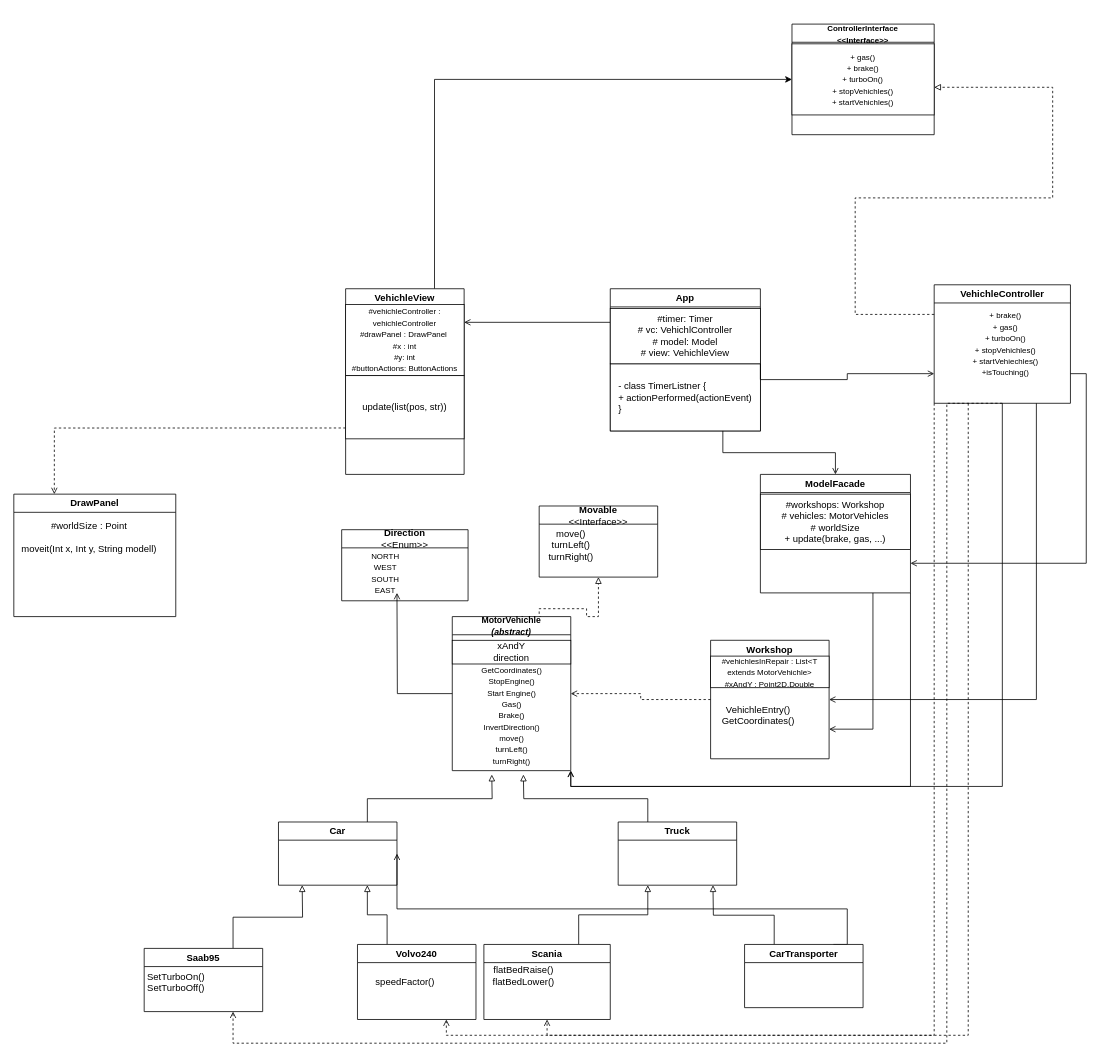
Before: UMLFörbättringLaboration3.drawio in Abdulrauf-alhariri/Inhertince_lab1, a draw.io diagram. Source tidied: cells renumbered, new cells numbered last; positions are measured from the earlier drawing's top-left corner, leaving out a move shared by most shapes. Both pictures are drawn from the tidied source at 79%, with x=0, y=0 at pixel (13, 24).
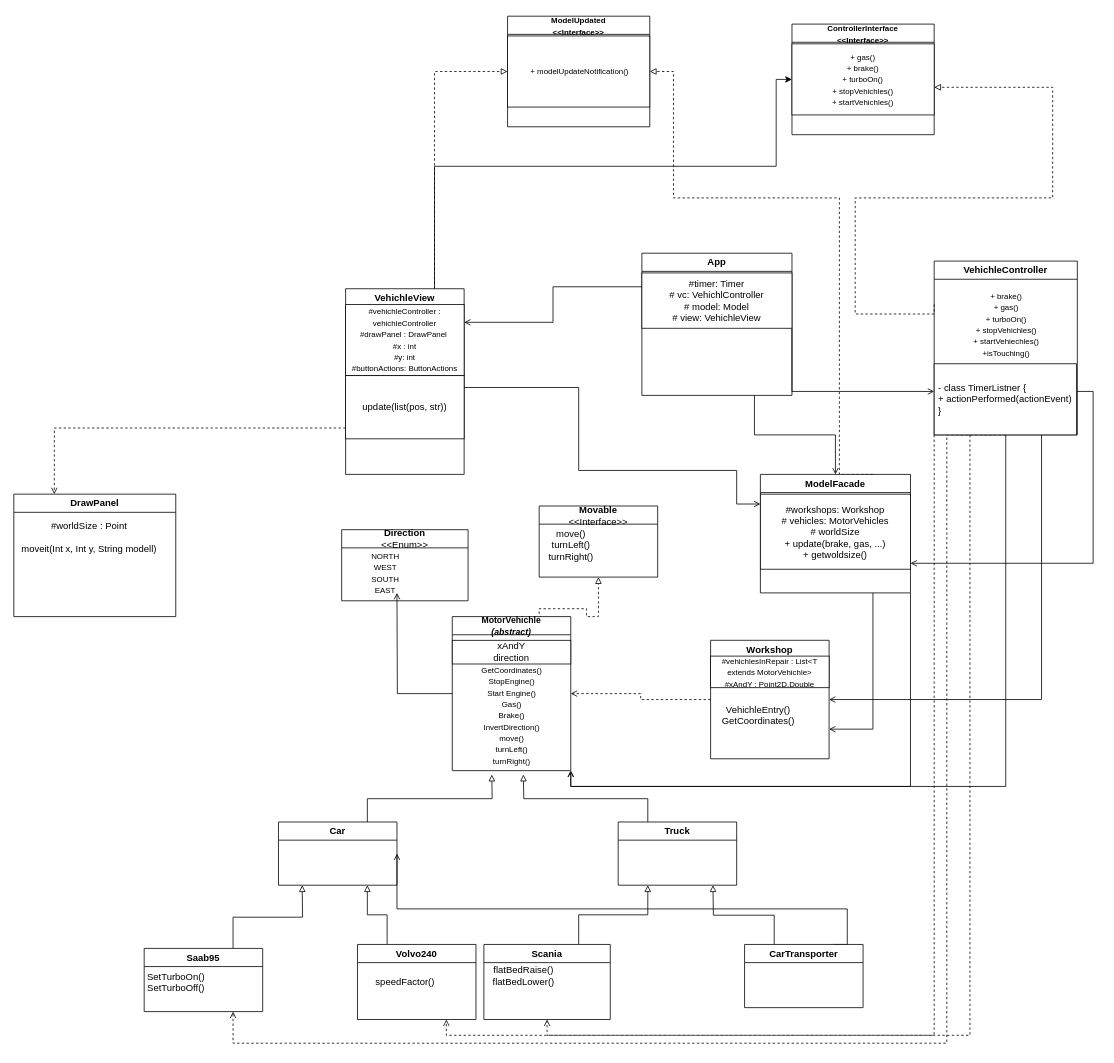
The same page after the edit.

The change refers to these unchanged cells:
```xml
<mxCell id="33" value="VehichleView" style="swimlane;whiteSpace=wrap;html=1;" parent="1" vertex="1">
  <mxGeometry x="420" y="335" width="150" height="235" as="geometry" />
</mxCell>
<mxCell id="47" value="&lt;font style=&quot;font-size: 10px;&quot;&gt;+ gas()&lt;/font&gt;&lt;div&gt;&lt;font style=&quot;font-size: 10px;&quot;&gt;+ brake()&lt;/font&gt;&lt;/div&gt;&lt;div&gt;&lt;font style=&quot;font-size: 10px;&quot;&gt;+ turboOn()&lt;/font&gt;&lt;/div&gt;&lt;div&gt;&lt;font style=&quot;font-size: 10px;&quot;&gt;+ stopVehichles()&lt;/font&gt;&lt;/div&gt;&lt;div&gt;&lt;font style=&quot;font-size: 10px;&quot;&gt;+ startVehichles()&lt;/font&gt;&lt;/div&gt;" style="rounded=0;whiteSpace=wrap;html=1;" parent="46" vertex="1">
  <mxGeometry y="25" width="180" height="90" as="geometry" />
</mxCell>
<mxCell id="57" value="ModelFacade" style="swimlane;whiteSpace=wrap;html=1;" parent="1" vertex="1">
  <mxGeometry x="945" y="570" width="190" height="150" as="geometry" />
</mxCell>
```

What changed in the source:
```diff
@@
     <mxCell id="8" value="VehichleController" style="swimlane;whiteSpace=wrap;html=1;startSize=23;" parent="1" vertex="1">
-      <mxGeometry x="1165" y="330" width="172.5" height="150" as="geometry" />
+      <mxGeometry x="1165" y="300" width="181.2" height="220" as="geometry" />
     </mxCell>
     <mxCell id="9" value="&lt;font size=&quot;1&quot;&gt;+ brake()&lt;/font&gt;&lt;div&gt;&lt;font size=&quot;1&quot;&gt;+ gas()&lt;/font&gt;&lt;/div&gt;&lt;div&gt;&lt;font size=&quot;1&quot;&gt;+ turboOn()&lt;/font&gt;&lt;/div&gt;&lt;div&gt;&lt;font size=&quot;1&quot;&gt;+ stopVehichles()&lt;/font&gt;&lt;/div&gt;&lt;div&gt;&lt;font size=&quot;1&quot;&gt;+ startVehiechles()&lt;/font&gt;&lt;/div&gt;&lt;div&gt;&lt;font size=&quot;1&quot;&gt;+isTouching()&lt;/font&gt;&lt;/div&gt;" style="text;html=1;align=center;verticalAlign=middle;strokeColor=none;fillColor=none;" parent="8" vertex="1">
-      <mxGeometry x="35" y="25" width="110" height="100" as="geometry" />
+      <mxGeometry x="35.6" y="30" width="110" height="100" as="geometry" />
     </mxCell>
+    <mxCell id="50" value="&lt;div style=&quot;text-align: left;&quot;&gt;- class TimerListner {&lt;/div&gt;&lt;div style=&quot;text-align: left;&quot;&gt;&lt;span style=&quot;background-color: transparent; color: light-dark(rgb(0, 0, 0), rgb(255, 255, 255));&quot;&gt;+ actionPerformed(actionEvent)&lt;/span&gt;&lt;/div&gt;&lt;div style=&quot;text-align: left;&quot;&gt;&lt;span style=&quot;background-color: transparent; color: light-dark(rgb(0, 0, 0), rgb(255, 255, 255));&quot;&gt;}&lt;/span&gt;&lt;/div&gt;" style="rounded=0;whiteSpace=wrap;html=1;" parent="8" vertex="1">
+      <mxGeometry y="130" width="180" height="90" as="geometry" />
+    </mxCell>
@@
     <mxCell id="32" style="edgeStyle=orthogonalEdgeStyle;rounded=0;jettySize=auto;html=1;exitX=0.75;exitY=0;exitDx=0;exitDy=0;entryX=0;entryY=0.5;entryDx=0;entryDy=0;" parent="1" edge="1" source="33" target="47">
-      <mxGeometry relative="1" as="geometry" />
+      <mxGeometry relative="1" as="geometry">
+        <Array as="points">
+          <mxPoint x="533" y="180" />
+          <mxPoint x="965" y="180" />
+          <mxPoint x="965" y="70" />
+        </Array>
+      </mxGeometry>
     </mxCell>
+    <mxCell id="59" style="edgeStyle=orthogonalEdgeStyle;rounded=0;jettySize=auto;html=1;exitX=0.75;exitY=0;exitDx=0;exitDy=0;entryX=0;entryY=0.5;entryDx=0;entryDy=0;dashed=1;endArrow=block;endFill=0;" parent="1" edge="1" source="33" target="63">
+      <mxGeometry relative="1" as="geometry">
+        <Array as="points">
+          <mxPoint x="533" y="60" />
+        </Array>
+      </mxGeometry>
+    </mxCell>
@@
     <mxCell id="49" value="App" style="swimlane;whiteSpace=wrap;html=1;" parent="1" vertex="1">
-      <mxGeometry x="755" y="335" width="190" height="180" as="geometry" />
+      <mxGeometry x="795" y="290" width="190" height="180" as="geometry" />
     </mxCell>
-    <mxCell id="50" value="&lt;div style=&quot;text-align: left;&quot;&gt;- class TimerListner {&lt;/div&gt;&lt;div style=&quot;text-align: left;&quot;&gt;&lt;span style=&quot;background-color: transparent; color: light-dark(rgb(0, 0, 0), rgb(255, 255, 255));&quot;&gt;+ actionPerformed(actionEvent)&lt;/span&gt;&lt;/div&gt;&lt;div style=&quot;text-align: left;&quot;&gt;&lt;span style=&quot;background-color: transparent; color: light-dark(rgb(0, 0, 0), rgb(255, 255, 255));&quot;&gt;}&lt;/span&gt;&lt;/div&gt;" style="rounded=0;whiteSpace=wrap;html=1;" parent="49" vertex="1">
-      <mxGeometry y="95" width="190" height="85" as="geometry" />
-    </mxCell>
@@
     <mxCell id="53" value="#timer: Timer&lt;div&gt;# vc: VehichlController&lt;/div&gt;&lt;div&gt;# model: Model&lt;/div&gt;&lt;div&gt;# view: VehichleView&lt;/div&gt;" style="rounded=0;whiteSpace=wrap;html=1;" parent="1" vertex="1">
-      <mxGeometry x="755" y="360" width="190" height="70" as="geometry" />
+      <mxGeometry x="795" y="315" width="190" height="70" as="geometry" />
     </mxCell>
@@
+    <mxCell id="60" style="edgeStyle=orthogonalEdgeStyle;rounded=0;jettySize=auto;html=1;exitX=0.75;exitY=0;exitDx=0;exitDy=0;entryX=1;entryY=0.5;entryDx=0;entryDy=0;endArrow=block;endFill=0;dashed=1;" parent="1" edge="1" source="57" target="63">
+      <mxGeometry relative="1" as="geometry">
+        <Array as="points">
+          <mxPoint x="1045" y="570" />
+          <mxPoint x="1045" y="220" />
+          <mxPoint x="835" y="220" />
+          <mxPoint x="835" y="60" />
+        </Array>
+      </mxGeometry>
+    </mxCell>
@@
-    <mxCell id="58" value="#workshops: Workshop&lt;div&gt;# vehicles: MotorVehicles&lt;/div&gt;&lt;div&gt;# worldSize&lt;/div&gt;&lt;div&gt;+ update(brake, gas, ...)&lt;/div&gt;" style="rounded=0;whiteSpace=wrap;html=1;" parent="57" vertex="1">
-      <mxGeometry y="25" width="190" height="70" as="geometry" />
+    <mxCell id="58" value="#workshops: Workshop&lt;div&gt;# vehicles: MotorVehicles&lt;/div&gt;&lt;div&gt;# worldSize&lt;/div&gt;&lt;div&gt;+ update(brake, gas, ...)&lt;/div&gt;&lt;div&gt;+ getwoldsize()&lt;/div&gt;" style="rounded=0;whiteSpace=wrap;html=1;" parent="57" vertex="1">
+      <mxGeometry y="25" width="190" height="95" as="geometry" />
     </mxCell>
+    <mxCell id="61" style="edgeStyle=orthogonalEdgeStyle;rounded=0;jettySize=auto;html=1;exitX=1;exitY=0.5;exitDx=0;exitDy=0;entryX=0;entryY=0.25;entryDx=0;entryDy=0;endArrow=open;endFill=0;" parent="1" edge="1" target="57">
+      <mxGeometry relative="1" as="geometry">
+        <mxPoint x="570" y="460" as="sourcePoint" />
+        <Array as="points">
+          <mxPoint x="715" y="460" />
+          <mxPoint x="715" y="565" />
+          <mxPoint x="915" y="565" />
+          <mxPoint x="915" y="608" />
+        </Array>
+      </mxGeometry>
+    </mxCell>
+    <mxCell id="62" value="&lt;font style=&quot;font-size: 10px;&quot;&gt;ModelUpdated&lt;/font&gt;&lt;div&gt;&lt;font style=&quot;font-size: 10px;&quot;&gt;&amp;lt;&amp;lt;Interface&amp;gt;&amp;gt;&lt;/font&gt;&lt;/div&gt;" style="swimlane;whiteSpace=wrap;html=1;" parent="1" vertex="1">
+      <mxGeometry x="625" y="-10" width="180" height="140" as="geometry" />
+    </mxCell>
+    <mxCell id="63" value="&lt;span style=&quot;font-size: 10px;&quot;&gt;&amp;nbsp;+ modelUpdateNotification()&lt;/span&gt;" style="rounded=0;whiteSpace=wrap;html=1;" parent="62" vertex="1">
+      <mxGeometry y="25" width="180" height="90" as="geometry" />
+    </mxCell>
```
